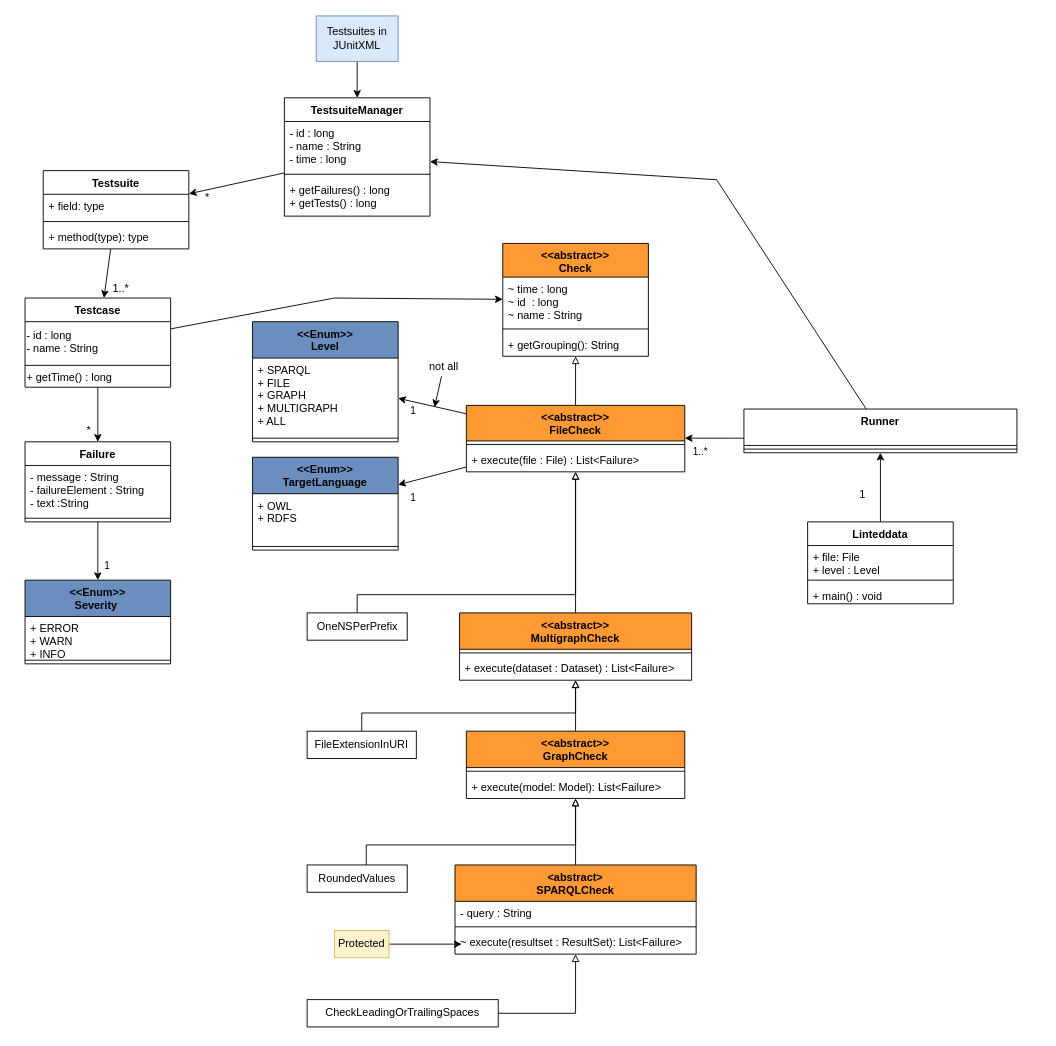
This is graphics/class_diagram.drawio from fusion-jena/linted-data, a draw.io file, before an edit. Source tidied: cells renumbered, new cells numbered last; positions are measured from the earlier drawing's top-left corner, leaving out a move shared by most shapes. Both pictures are drawn from the tidied source at 91%, with x=0, y=0 at pixel (25, 15).
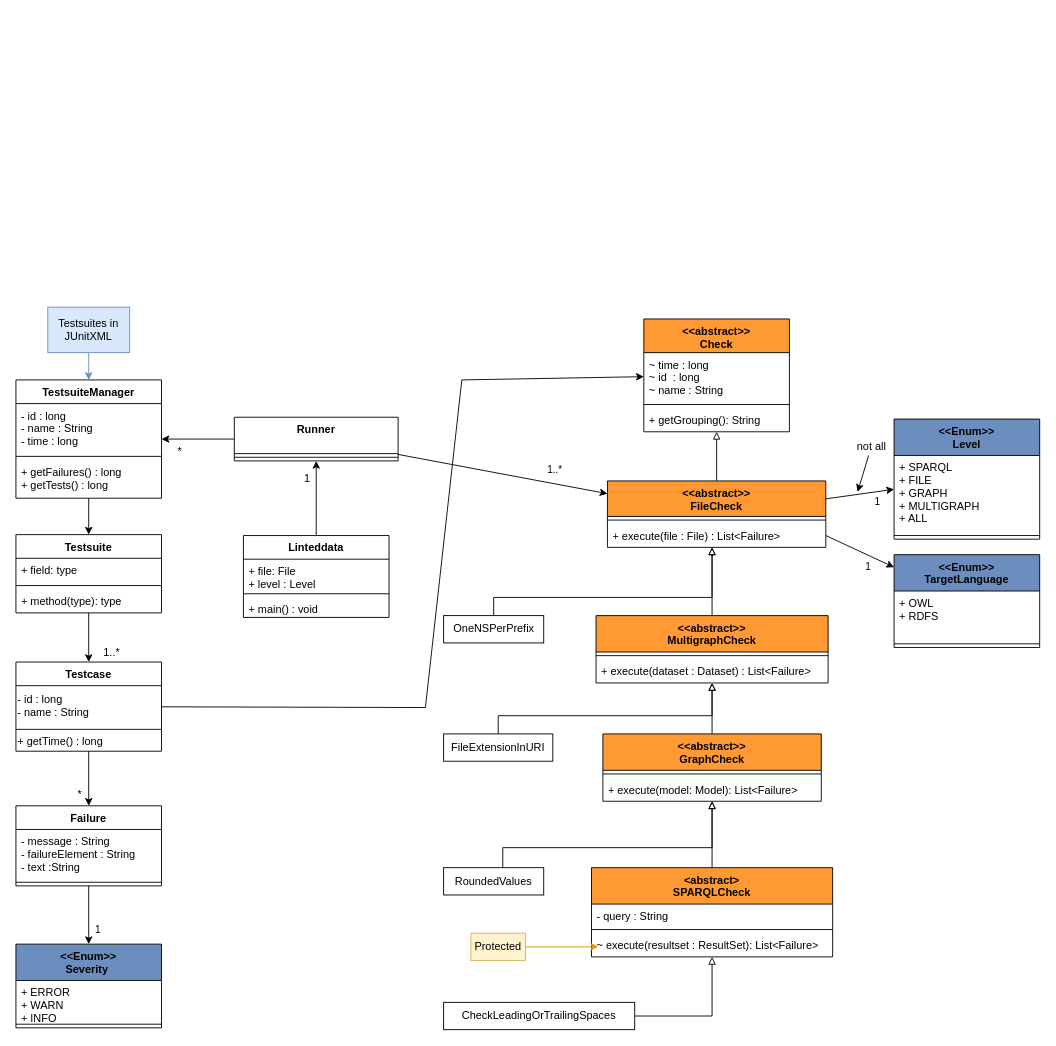
The same diagram, later.

The change refers to these unchanged cells:
```xml
<mxCell id="10" style="endArrow=classic;html=1;rounded=0;endFill=1;" parent="1" edge="1" source="13" target="2">
  <mxGeometry relative="1" as="geometry" />
</mxCell>
<mxCell id="15" value="+ execute(file : File) : List&lt;Failure&gt;" style="text;strokeColor=none;fillColor=none;align=left;verticalAlign=top;spacingLeft=4;spacingRight=4;overflow=hidden;points=[[0,0.5],[1,0.5]];portConstraint=eastwest;" parent="13" vertex="1">
  <mxGeometry y="47" width="240" height="26" as="geometry" />
</mxCell>
<mxCell id="22" value="~ execute(resultset : ResultSet): List&lt;Failure&gt;" style="text;strokeColor=none;fillColor=none;align=left;verticalAlign=top;spacingLeft=4;spacingRight=4;overflow=hidden;points=[[0,0.5],[1,0.5]];portConstraint=eastwest;" parent="19" vertex="1">
  <mxGeometry y="72" width="265" height="26" as="geometry" />
</mxCell>
<mxCell id="26" value="+ execute(dataset : Dataset) : List&lt;Failure&gt;" style="text;strokeColor=none;fillColor=none;align=left;verticalAlign=top;spacingLeft=4;spacingRight=4;overflow=hidden;points=[[0,0.5],[1,0.5]];portConstraint=eastwest;" parent="24" vertex="1">
  <mxGeometry y="48" width="255" height="26" as="geometry" />
</mxCell>
```

What changed in the source:
```diff
@@
     <mxCell id="2" value="&lt;&lt;Enum&gt;&gt;&#10;Level" style="swimlane;fontStyle=1;align=center;verticalAlign=top;horizontal=1;startSize=40;fillColor=#6C8EBF;strokeColor=#000000;" parent="1" vertex="1">
-      <mxGeometry x="250" y="336" width="160" height="132" as="geometry" />
+      <mxGeometry x="955" y="443" width="160" height="132" as="geometry" />
     </mxCell>
@@
     <mxCell id="5" value="&lt;&lt;Enum&gt;&gt;&#10;TargetLanguage" style="swimlane;fontStyle=1;align=center;verticalAlign=top;horizontal=1;startSize=40;fillColor=#6C8EBF;strokeColor=#000000;" parent="1" vertex="1">
-      <mxGeometry x="250" y="485" width="160" height="102" as="geometry" />
+      <mxGeometry x="955" y="592" width="160" height="102" as="geometry" />
     </mxCell>
@@
-    <mxCell id="8" style="endArrow=classic;html=1;rounded=0;endFill=1;" parent="1" edge="1" source="13" target="5">
+    <mxCell id="8" style="endArrow=classic;html=1;rounded=0;endFill=1;exitX=1;exitY=0.5;exitDx=0;exitDy=0;" parent="1" edge="1" source="15" target="5">
       <mxGeometry relative="1" as="geometry" />
     </mxCell>
     <mxCell id="9" value="1" style="edgeLabel;html=1;align=right;verticalAlign=bottom;" parent="8" vertex="1">
       <mxGeometry x="1" relative="1" as="geometry">
-        <mxPoint x="20" y="22" as="offset" />
+        <mxPoint x="-25" y="7" as="offset" />
       </mxGeometry>
     </mxCell>
@@
     <mxCell id="11" value="1" style="edgeLabel;html=1;align=right;verticalAlign=bottom;" parent="10" vertex="1">
       <mxGeometry x="1" relative="1" as="geometry">
-        <mxPoint x="20" y="22" as="offset" />
+        <mxPoint x="-15" y="22" as="offset" />
       </mxGeometry>
     </mxCell>
@@
     <mxCell id="13" value="&lt;&lt;abstract&gt;&gt;&#10;FileCheck" style="swimlane;fontStyle=1;align=center;verticalAlign=top;horizontal=1;startSize=39;fillColor=#FF9933;" parent="1" vertex="1">
-      <mxGeometry x="485" y="428" width="240" height="73" as="geometry" />
+      <mxGeometry x="640" y="511" width="240" height="73" as="geometry" />
     </mxCell>
@@
     <mxCell id="16" style="rounded=0;jettySize=auto;html=1;endArrow=block;endFill=0;edgeStyle=orthogonalEdgeStyle;" parent="1" edge="1" source="17" target="13">
       <mxGeometry relative="1" as="geometry">
         <Array as="points">
-          <mxPoint x="365" y="636" />
-          <mxPoint x="605" y="636" />
+          <mxPoint x="515" y="639" />
+          <mxPoint x="755" y="639" />
         </Array>
       </mxGeometry>
     </mxCell>
     <mxCell id="17" value="OneNSPerPrefix" style="html=1;" parent="1" vertex="1">
-      <mxGeometry x="310" y="656" width="110" height="30" as="geometry" />
+      <mxGeometry x="460" y="659" width="110" height="30" as="geometry" />
     </mxCell>
     <mxCell id="18" style="rounded=0;jettySize=auto;html=1;endArrow=block;endFill=0;edgeStyle=orthogonalEdgeStyle;" parent="1" edge="1" source="19" target="32">
       <mxGeometry relative="1" as="geometry">
         <Array as="points">
-          <mxPoint x="605" y="941" />
-          <mxPoint x="605" y="941" />
+          <mxPoint x="755" y="944" />
+          <mxPoint x="755" y="944" />
         </Array>
       </mxGeometry>
     </mxCell>
     <mxCell id="19" value="&lt;abstract&gt;&#10;SPARQLCheck" style="swimlane;fontStyle=1;align=center;verticalAlign=top;horizontal=1;startSize=40;fillColor=#FF9933;" parent="1" vertex="1">
-      <mxGeometry x="472.5" y="933" width="265" height="98" as="geometry" />
+      <mxGeometry x="622.5" y="936" width="265" height="98" as="geometry" />
     </mxCell>
@@
     <mxCell id="23" style="edgeStyle=orthogonalEdgeStyle;rounded=0;jettySize=auto;html=1;startArrow=none;startFill=0;endArrow=block;endFill=0;" parent="1" edge="1" source="24" target="13">
       <mxGeometry relative="1" as="geometry">
         <Array as="points">
-          <mxPoint x="605" y="636" />
-          <mxPoint x="605" y="636" />
+          <mxPoint x="755" y="639" />
+          <mxPoint x="755" y="639" />
         </Array>
       </mxGeometry>
     </mxCell>
     <mxCell id="24" value="&lt;&lt;abstract&gt;&gt;&#10;MultigraphCheck" style="swimlane;fontStyle=1;align=center;verticalAlign=top;horizontal=1;startSize=40;fillColor=#FF9933;" parent="1" vertex="1">
-      <mxGeometry x="477.5" y="656" width="255" height="74" as="geometry" />
+      <mxGeometry x="627.5" y="659" width="255" height="74" as="geometry" />
     </mxCell>
@@
     <mxCell id="27" style="edgeStyle=orthogonalEdgeStyle;rounded=0;jettySize=auto;html=1;startArrow=none;startFill=0;endArrow=block;endFill=0;" parent="1" edge="1" source="28" target="26">
       <mxGeometry relative="1" as="geometry">
         <Array as="points">
-          <mxPoint x="370" y="766" />
-          <mxPoint x="605" y="766" />
+          <mxPoint x="520" y="769" />
+          <mxPoint x="755" y="769" />
         </Array>
       </mxGeometry>
     </mxCell>
     <mxCell id="28" value="FileExtensionInURI" style="whiteSpace=wrap;html=1;" parent="1" vertex="1">
-      <mxGeometry x="310" y="786" width="120" height="30" as="geometry" />
+      <mxGeometry x="460" y="789" width="120" height="30" as="geometry" />
     </mxCell>
     <mxCell id="29" style="edgeStyle=none;rounded=0;jettySize=auto;html=1;startArrow=none;startFill=0;endArrow=classic;endFill=1;" parent="1" edge="1" source="30">
       <mxGeometry relative="1" as="geometry">
-        <mxPoint x="450" y="430" as="targetPoint" />
+        <mxPoint x="915" y="523" as="targetPoint" />
       </mxGeometry>
     </mxCell>
     <mxCell id="30" value="not all" style="text;html=1;align=center;verticalAlign=middle;points=[];strokeColor=none;fillColor=none;" parent="1" vertex="1">
-      <mxGeometry x="435" y="376" width="50" height="20" as="geometry" />
+      <mxGeometry x="905" y="463" width="50" height="20" as="geometry" />
     </mxCell>
     <mxCell id="31" style="edgeStyle=orthogonalEdgeStyle;rounded=0;jettySize=auto;html=1;startArrow=none;startFill=0;endArrow=block;endFill=0;" parent="1" edge="1" source="32" target="24">
       <mxGeometry relative="1" as="geometry">
         <Array as="points">
-          <mxPoint x="695" y="826" />
-          <mxPoint x="610" y="826" />
+          <mxPoint x="845" y="829" />
+          <mxPoint x="760" y="829" />
         </Array>
       </mxGeometry>
     </mxCell>
     <mxCell id="32" value="&lt;&lt;abstract&gt;&gt;&#10;GraphCheck" style="swimlane;fontStyle=1;align=center;verticalAlign=top;horizontal=1;startSize=40;fillColor=#FF9933;" parent="1" vertex="1">
-      <mxGeometry x="485" y="786" width="240" height="74" as="geometry" />
+      <mxGeometry x="635" y="789" width="240" height="74" as="geometry" />
     </mxCell>
@@
     <mxCell id="35" style="edgeStyle=orthogonalEdgeStyle;rounded=0;jettySize=auto;html=1;startArrow=none;startFill=0;endArrow=block;endFill=0;" parent="1" edge="1" source="36" target="32">
       <mxGeometry relative="1" as="geometry">
         <Array as="points">
-          <mxPoint x="375" y="911" />
-          <mxPoint x="605" y="911" />
+          <mxPoint x="525" y="914" />
+          <mxPoint x="755" y="914" />
         </Array>
       </mxGeometry>
     </mxCell>
     <mxCell id="36" value="RoundedValues" style="whiteSpace=wrap;html=1;" parent="1" vertex="1">
-      <mxGeometry x="310" y="933" width="110" height="30" as="geometry" />
+      <mxGeometry x="460" y="936" width="110" height="30" as="geometry" />
     </mxCell>
@@
     <mxCell id="38" value="Linteddata" style="swimlane;fontStyle=1;align=center;verticalAlign=top;horizontal=1;startSize=26;" parent="1" vertex="1">
-      <mxGeometry x="860" y="556" width="160" height="90" as="geometry" />
+      <mxGeometry x="240" y="571" width="160" height="90" as="geometry" />
     </mxCell>
@@
-    <mxCell id="42" value="1..*" style="edgeStyle=orthogonalEdgeStyle;rounded=0;jettySize=auto;html=1;endArrow=classic;endFill=1;strokeColor=#000000;" parent="1" edge="1" source="44" target="13">
-      <mxGeometry x="0.47" y="15" relative="1" as="geometry">
-        <Array as="points">
-          <mxPoint x="780" y="464" />
-          <mxPoint x="780" y="464" />
-        </Array>
-      </mxGeometry>
+    <mxCell id="42" value="1..*" style="rounded=0;jettySize=auto;html=1;endArrow=classic;endFill=1;strokeColor=#000000;" parent="1" edge="1" source="44" target="13">
+      <mxGeometry x="0.47" y="15" relative="1" as="geometry" />
     </mxCell>
     <mxCell id="43" style="edgeStyle=none;rounded=0;jettySize=auto;html=1;startArrow=none;startFill=0;" parent="1" edge="1" source="44" target="71">
-      <mxGeometry relative="1" as="geometry">
-        <Array as="points">
-          <mxPoint x="760" y="180" />
-        </Array>
-      </mxGeometry>
+      <mxGeometry relative="1" as="geometry" />
     </mxCell>
     <mxCell id="44" value="Runner" style="swimlane;fontStyle=1;align=center;verticalAlign=top;horizontal=1;startSize=40;" parent="1" vertex="1">
-      <mxGeometry x="790" y="432" width="300" height="48" as="geometry" />
+      <mxGeometry x="230" y="441" width="180" height="48" as="geometry" />
     </mxCell>
     <mxCell id="45" style="line;strokeWidth=1;fillColor=none;align=left;verticalAlign=middle;spacingTop=-1;spacingLeft=3;spacingRight=3;labelPosition=right;" parent="44" vertex="1">
-      <mxGeometry y="40" width="300" height="8" as="geometry" />
+      <mxGeometry y="40" width="180" height="8" as="geometry" />
     </mxCell>
     <mxCell id="46" value="1" style="text;html=1;align=center;verticalAlign=middle;strokeColor=none;fillColor=none;" parent="1" vertex="1">
-      <mxGeometry x="910" y="516" width="20" height="20" as="geometry" />
+      <mxGeometry x="300" y="499" width="20" height="20" as="geometry" />
     </mxCell>
     <mxCell id="47" style="rounded=0;jettySize=auto;html=1;endArrow=classic;endFill=1;" parent="1" edge="1" source="48" target="80">
       <mxGeometry relative="1" as="geometry">
         <Array as="points">
-          <mxPoint x="340" y="310" />
+          <mxPoint x="440" y="760" />
+          <mxPoint x="480" y="400" />
         </Array>
       </mxGeometry>
     </mxCell>
     <mxCell id="48" value="Testcase" style="swimlane;fontStyle=1;align=center;verticalAlign=top;horizontal=1;startSize=26;" parent="1" vertex="1">
-      <mxGeometry y="310" width="160" height="98" as="geometry" />
+      <mxGeometry x="-10" y="710" width="160" height="98" as="geometry" />
     </mxCell>
@@
     <mxCell id="53" value="Failure" style="swimlane;fontStyle=1;align=center;verticalAlign=top;horizontal=1;startSize=26;" parent="1" vertex="1">
-      <mxGeometry y="468" width="160" height="88" as="geometry" />
+      <mxGeometry x="-10" y="868" width="160" height="88" as="geometry" />
     </mxCell>
@@
     <mxCell id="56" value="&lt;&lt;Enum&gt;&gt;&#10;Severity " style="swimlane;fontStyle=1;align=center;verticalAlign=top;horizontal=1;startSize=40;fillColor=#6C8EBF;strokeColor=#000000;" parent="1" vertex="1">
-      <mxGeometry y="620" width="160" height="92" as="geometry" />
+      <mxGeometry x="-10" y="1020" width="160" height="92" as="geometry" />
     </mxCell>
@@
     <mxCell id="59" style="edgeStyle=orthogonalEdgeStyle;rounded=0;jettySize=auto;html=1;endArrow=block;endFill=0;" parent="1" edge="1" source="60" target="22">
       <mxGeometry relative="1" as="geometry">
         <Array as="points">
-          <mxPoint x="605" y="1096" />
+          <mxPoint x="755" y="1099" />
         </Array>
       </mxGeometry>
     </mxCell>
     <mxCell id="60" value="CheckLeadingOrTrailingSpaces" style="whiteSpace=wrap;html=1;" parent="1" vertex="1">
-      <mxGeometry x="310" y="1081" width="210" height="30" as="geometry" />
+      <mxGeometry x="460" y="1084" width="210" height="30" as="geometry" />
     </mxCell>
@@
-    <mxCell id="62" style="rounded=0;jettySize=auto;html=1;entryX=0.028;entryY=0.577;entryDx=0;entryDy=0;entryPerimeter=0;" parent="1" edge="1" source="63" target="22">
+    <mxCell id="62" style="rounded=0;jettySize=auto;html=1;entryX=0.028;entryY=0.577;entryDx=0;entryDy=0;entryPerimeter=0;fillColor=#ffe6cc;strokeColor=#d79b00;" parent="1" edge="1" source="63" target="22">
       <mxGeometry relative="1" as="geometry" />
     </mxCell>
     <mxCell id="63" value="Protected" style="text;html=1;strokeColor=#d6b656;fillColor=#fff2cc;align=center;verticalAlign=middle;whiteSpace=wrap;rounded=0;" parent="1" vertex="1">
-      <mxGeometry x="340" y="1005" width="60" height="30" as="geometry" />
+      <mxGeometry x="490" y="1008" width="60" height="30" as="geometry" />
     </mxCell>
@@
     <mxCell id="65" value="Testsuite" style="swimlane;fontStyle=1;align=center;verticalAlign=top;horizontal=1;startSize=26;" parent="1" vertex="1">
-      <mxGeometry x="20" y="170" width="160" height="86" as="geometry" />
+      <mxGeometry x="-10" y="570" width="160" height="86" as="geometry" />
     </mxCell>
@@
     <mxCell id="71" value="TestsuiteManager" style="swimlane;fontStyle=1;align=center;verticalAlign=top;horizontal=1;startSize=26;" parent="1" vertex="1">
-      <mxGeometry x="285" y="90" width="160" height="130" as="geometry" />
+      <mxGeometry x="-10" y="400" width="160" height="130" as="geometry" />
     </mxCell>
@@
-    <mxCell id="75" style="edgeStyle=none;rounded=0;jettySize=auto;html=1;" parent="1" edge="1" source="76" target="71">
+    <mxCell id="75" style="edgeStyle=none;rounded=0;jettySize=auto;html=1;fillColor=#dae8fc;strokeColor=#6c8ebf;" parent="1" edge="1" source="76" target="71">
       <mxGeometry relative="1" as="geometry" />
     </mxCell>
     <mxCell id="76" value="Testsuites in JUnitXML" style="text;html=1;strokeColor=#6c8ebf;fillColor=#dae8fc;align=center;verticalAlign=middle;whiteSpace=wrap;rounded=0;" parent="1" vertex="1">
-      <mxGeometry x="320" width="90" height="50" as="geometry" />
+      <mxGeometry x="25" y="320" width="90" height="50" as="geometry" />
     </mxCell>
     <mxCell id="77" value="*" style="text;html=1;align=center;verticalAlign=middle;strokeColor=none;fillColor=none;" parent="1" vertex="1">
-      <mxGeometry x="190" y="190" width="20" height="20" as="geometry" />
+      <mxGeometry x="160" y="469" width="20" height="20" as="geometry" />
     </mxCell>
     <mxCell id="78" value="1..*" style="text;html=1;align=center;verticalAlign=middle;strokeColor=none;fillColor=none;" parent="1" vertex="1">
-      <mxGeometry x="90" y="290" width="30" height="20" as="geometry" />
+      <mxGeometry x="80" y="690" width="30" height="20" as="geometry" />
     </mxCell>
     <mxCell id="79" value="*" style="text;html=1;align=center;verticalAlign=middle;strokeColor=none;fillColor=none;" parent="1" vertex="1">
-      <mxGeometry x="60" y="446" width="20" height="20" as="geometry" />
+      <mxGeometry x="50" y="846" width="20" height="20" as="geometry" />
     </mxCell>
     <mxCell id="80" value="&lt;&lt;abstract&gt;&gt;&#10;Check" style="swimlane;fontStyle=1;align=center;verticalAlign=top;horizontal=1;startSize=37;fillColor=#FF9933;" parent="1" vertex="1">
-      <mxGeometry x="525" y="250" width="160" height="124" as="geometry" />
+      <mxGeometry x="680" y="333" width="160" height="124" as="geometry" />
     </mxCell>
```
